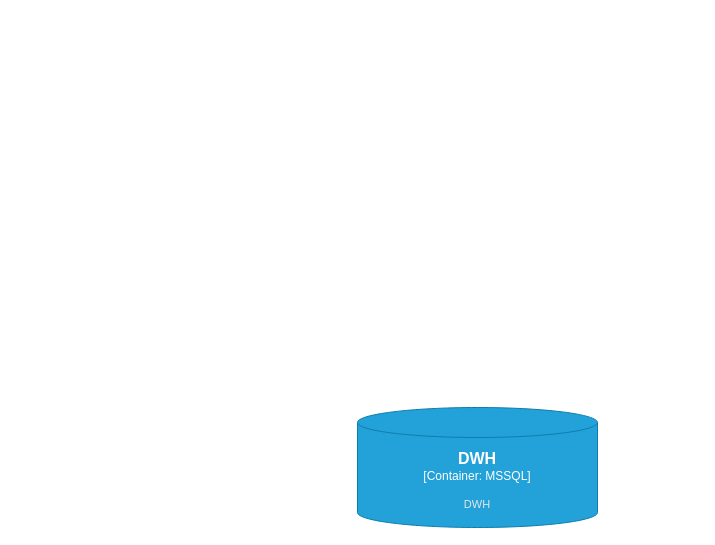
Above: Task1/Диаграмма без названия.drawio in Laborant90/architecture-future_2_0 (draw.io), before the change. Source tidied: cells renumbered, new cells numbered last; positions are measured from the earlier drawing's top-left corner, leaving out a move shared by most shapes. Both pictures are drawn from the tidied source at 100%, with x=0, y=0 at pixel (357, 407).
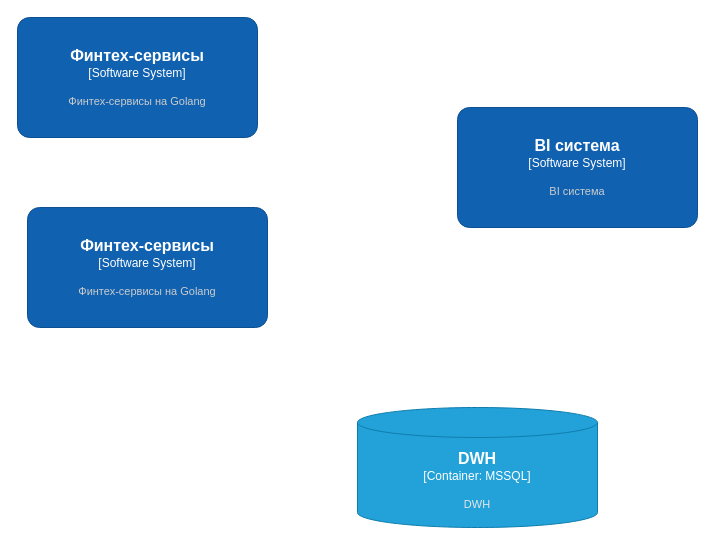
The same diagram, later.

The edit, as a diff of the source:
```diff
@@
 <mxGraphModel>
   <root>
     <mxCell id="0" />
     <mxCell id="1" parent="0" />
     <object id="2" label="&lt;font style=&quot;font-size: 16px&quot;&gt;&lt;b&gt;%c4Name%&lt;/b&gt;&lt;/font&gt;&lt;div&gt;[%c4Type%:&amp;nbsp;%c4Technology%]&lt;/div&gt;&lt;br&gt;&lt;div&gt;&lt;font style=&quot;font-size: 11px&quot;&gt;&lt;font color=&quot;#E6E6E6&quot;&gt;%c4Description%&lt;/font&gt;&lt;/div&gt;" c4Description="DWH" c4Name="DWH" c4Technology="MSSQL" c4Type="Container" placeholders="1">
       <mxCell style="shape=cylinder3;size=15;whiteSpace=wrap;html=1;boundedLbl=1;rounded=0;labelBackgroundColor=none;fillColor=#23A2D9;fontSize=12;fontColor=#ffffff;align=center;strokeColor=#0E7DAD;" parent="1" vertex="1">
         <mxGeometry width="240" height="120" as="geometry" />
       </mxCell>
     </object>
+    <object id="3" label="&lt;font style=&quot;font-size: 16px&quot;&gt;&lt;b&gt;%c4Name%&lt;/b&gt;&lt;/font&gt;&lt;div&gt;[%c4Type%]&lt;/div&gt;&lt;br&gt;&lt;div&gt;&lt;font style=&quot;font-size: 11px&quot;&gt;&lt;font color=&quot;#cccccc&quot;&gt;%c4Description%&lt;/font&gt;&lt;/div&gt;" c4Description="Финтех-сервисы на Golang" c4Name="Финтех-сервисы" c4Type="Software System" placeholders="1">
+      <mxCell style="rounded=1;whiteSpace=wrap;html=1;labelBackgroundColor=none;fillColor=#1061B0;fontColor=#ffffff;align=center;arcSize=10;strokeColor=#0D5091;" parent="1" vertex="1">
+        <mxGeometry x="-340" y="-390" width="240" height="120" as="geometry" />
+      </mxCell>
+    </object>
+    <object id="4" label="&lt;font style=&quot;font-size: 16px&quot;&gt;&lt;b&gt;%c4Name%&lt;/b&gt;&lt;/font&gt;&lt;div&gt;[%c4Type%]&lt;/div&gt;&lt;br&gt;&lt;div&gt;&lt;font style=&quot;font-size: 11px&quot;&gt;&lt;font color=&quot;#cccccc&quot;&gt;%c4Description%&lt;/font&gt;&lt;/div&gt;" c4Description="Финтех-сервисы на Golang" c4Name="Финтех-сервисы" c4Type="Software System" placeholders="1">
+      <mxCell style="rounded=1;whiteSpace=wrap;html=1;labelBackgroundColor=none;fillColor=#1061B0;fontColor=#ffffff;align=center;arcSize=10;strokeColor=#0D5091;" parent="1" vertex="1">
+        <mxGeometry x="-330" y="-200" width="240" height="120" as="geometry" />
+      </mxCell>
+    </object>
+    <object id="5" label="&lt;font style=&quot;font-size: 16px&quot;&gt;&lt;b&gt;%c4Name%&lt;/b&gt;&lt;/font&gt;&lt;div&gt;[%c4Type%]&lt;/div&gt;&lt;br&gt;&lt;div&gt;&lt;font style=&quot;font-size: 11px&quot;&gt;&lt;font color=&quot;#cccccc&quot;&gt;%c4Description%&lt;/font&gt;&lt;/div&gt;" c4Description="BI система" c4Name="BI система" c4Type="Software System" placeholders="1">
+      <mxCell style="rounded=1;whiteSpace=wrap;html=1;labelBackgroundColor=none;fillColor=#1061B0;fontColor=#ffffff;align=center;arcSize=10;strokeColor=#0D5091;" parent="1" vertex="1">
+        <mxGeometry x="100" y="-300" width="240" height="120" as="geometry" />
+      </mxCell>
+    </object>
   </root>
 </mxGraphModel>
```
